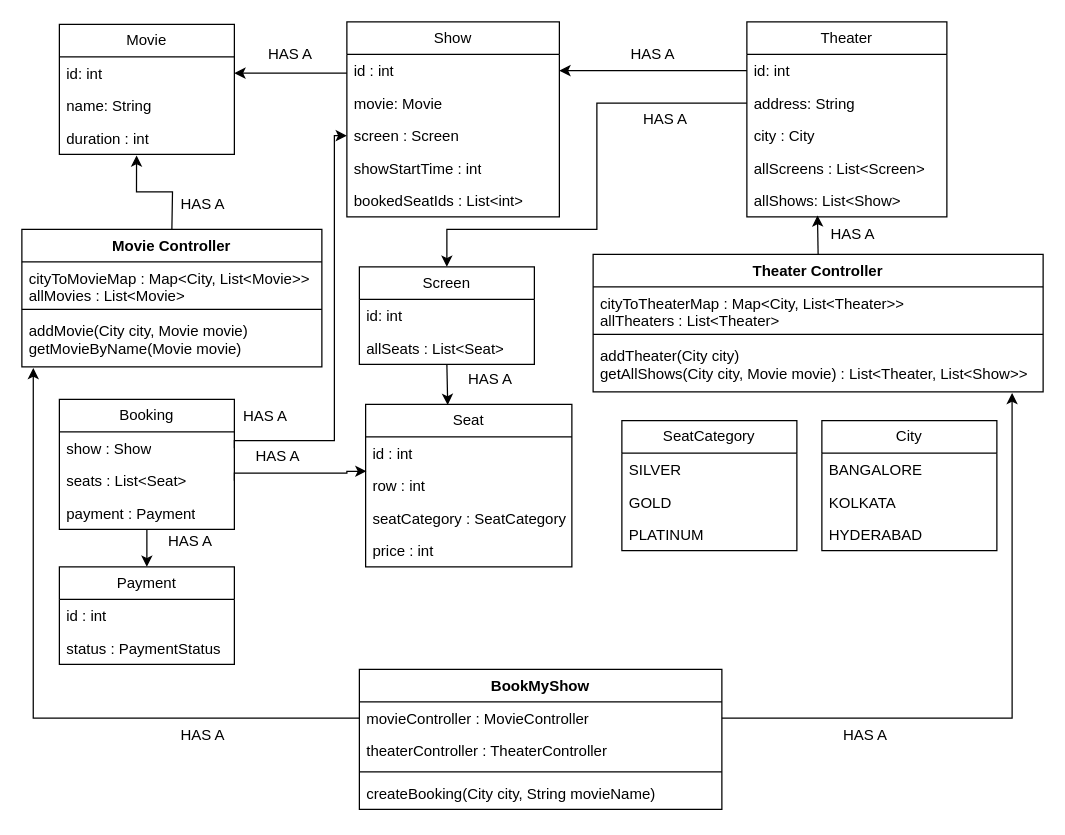
The draw.io diagram BookMyShow/UML.drawio in Sheersendu/LLD_CaseStudies, before the edit. Source tidied: cells renumbered, new cells numbered last; positions are measured from the earlier drawing's top-left corner, leaving out a move shared by most shapes. Both pictures are drawn from the tidied source at 125%, with x=0, y=0 at pixel (21, 21).
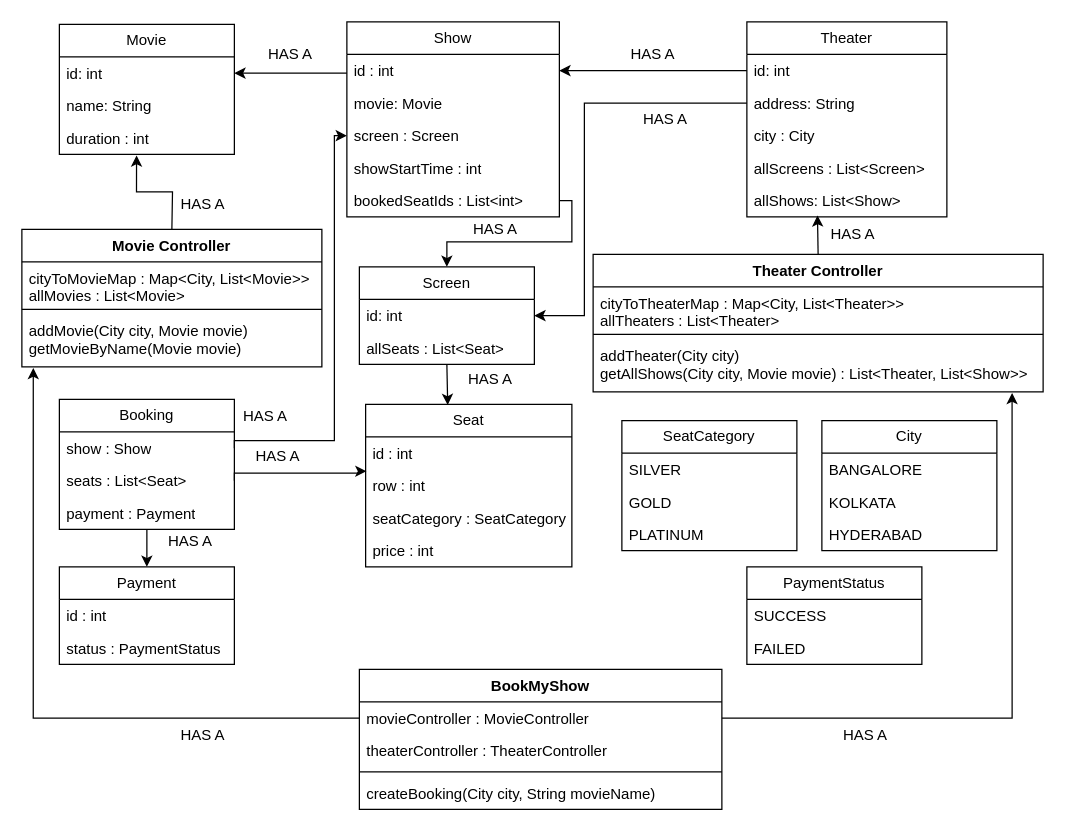
After the change.

Unchanged cells that the change refers to:
```xml
<mxCell id="14" value="address: String" style="text;strokeColor=none;fillColor=none;align=left;verticalAlign=top;spacingLeft=4;spacingRight=4;overflow=hidden;points=[[0,0.5],[1,0.5]];portConstraint=eastwest;whiteSpace=wrap;html=1;" parent="12" vertex="1">
  <mxGeometry y="52" width="160" height="26" as="geometry" />
</mxCell>
<mxCell id="18" value="Screen" style="swimlane;fontStyle=0;horizontal=1;startSize=26;fillColor=none;whiteSpace=wrap;html=1;" parent="1" vertex="1">
  <mxGeometry x="270" y="196" width="140" height="78" as="geometry" />
</mxCell>
<mxCell id="19" value="id: int" style="text;strokeColor=none;fillColor=none;align=left;verticalAlign=top;spacingLeft=4;spacingRight=4;overflow=hidden;points=[[0,0.5],[1,0.5]];portConstraint=eastwest;whiteSpace=wrap;html=1;" parent="18" vertex="1">
  <mxGeometry y="26" width="140" height="26" as="geometry" />
</mxCell>
<mxCell id="26" value="bookedSeatIds : List&amp;lt;int&amp;gt;" style="text;strokeColor=none;fillColor=none;align=left;verticalAlign=top;spacingLeft=4;spacingRight=4;overflow=hidden;points=[[0,0.5],[1,0.5]];portConstraint=eastwest;whiteSpace=wrap;html=1;" parent="21" vertex="1">
  <mxGeometry y="130" width="170" height="26" as="geometry" />
</mxCell>
<mxCell id="41" value="row : int" style="text;strokeColor=none;fillColor=none;align=left;verticalAlign=top;spacingLeft=4;spacingRight=4;overflow=hidden;points=[[0,0.5],[1,0.5]];portConstraint=eastwest;whiteSpace=wrap;html=1;" parent="39" vertex="1">
  <mxGeometry y="52" width="165" height="26" as="geometry" />
</mxCell>
<mxCell id="49" value="seats : List&amp;lt;Seat&amp;gt;" style="text;strokeColor=none;fillColor=none;align=left;verticalAlign=top;spacingLeft=4;spacingRight=4;overflow=hidden;points=[[0,0.5],[1,0.5]];portConstraint=eastwest;whiteSpace=wrap;html=1;" parent="47" vertex="1">
  <mxGeometry y="52" width="140" height="26" as="geometry" />
</mxCell>
```

What changed in the source:
```diff
@@
-    <mxCell id="31" style="edgeStyle=orthogonalEdgeStyle;rounded=0;jettySize=auto;html=1;exitX=0;exitY=0.5;exitDx=0;exitDy=0;entryX=0.5;entryY=0;entryDx=0;entryDy=0;" parent="1" edge="1" source="14" target="18">
+    <mxCell id="31" style="edgeStyle=orthogonalEdgeStyle;rounded=0;jettySize=auto;html=1;exitX=0;exitY=0.5;exitDx=0;exitDy=0;entryX=1;entryY=0.5;entryDx=0;entryDy=0;" parent="1" edge="1" source="14" target="19">
       <mxGeometry relative="1" as="geometry">
         <Array as="points">
-          <mxPoint x="460" y="65" />
-          <mxPoint x="460" y="166" />
-          <mxPoint x="340" y="166" />
+          <mxPoint x="450" y="65" />
+          <mxPoint x="450" y="235" />
         </Array>
       </mxGeometry>
     </mxCell>
@@
     <mxCell id="56" style="edgeStyle=orthogonalEdgeStyle;rounded=0;jettySize=auto;html=1;exitX=1;exitY=0.5;exitDx=0;exitDy=0;entryX=0.004;entryY=0.058;entryDx=0;entryDy=0;entryPerimeter=0;" parent="1" edge="1" source="49" target="41">
       <mxGeometry relative="1" as="geometry">
         <Array as="points">
-          <mxPoint x="260" y="361" />
-          <mxPoint x="260" y="360" />
+          <mxPoint x="170" y="361" />
+          <mxPoint x="270" y="361" />
+          <mxPoint x="270" y="360" />
         </Array>
       </mxGeometry>
     </mxCell>
@@
+    <mxCell id="76" style="edgeStyle=orthogonalEdgeStyle;rounded=0;jettySize=auto;html=1;exitX=1;exitY=0.5;exitDx=0;exitDy=0;entryX=0.5;entryY=0;entryDx=0;entryDy=0;" parent="1" edge="1" source="26" target="18">
+      <mxGeometry relative="1" as="geometry">
+        <Array as="points">
+          <mxPoint x="440" y="143" />
+          <mxPoint x="440" y="176" />
+          <mxPoint x="340" y="176" />
+        </Array>
+      </mxGeometry>
+    </mxCell>
+    <mxCell id="77" value="HAS A" style="text;html=1;strokeColor=none;fillColor=none;align=center;verticalAlign=middle;whiteSpace=wrap;rounded=0;" parent="1" vertex="1">
+      <mxGeometry x="354" y="156" width="50" height="20" as="geometry" />
+    </mxCell>
+    <mxCell id="78" value="PaymentStatus" style="swimlane;fontStyle=0;horizontal=1;startSize=26;fillColor=none;whiteSpace=wrap;html=1;" parent="1" vertex="1">
+      <mxGeometry x="580" y="436" width="140" height="78" as="geometry" />
+    </mxCell>
+    <mxCell id="79" value="SUCCESS" style="text;strokeColor=none;fillColor=none;align=left;verticalAlign=top;spacingLeft=4;spacingRight=4;overflow=hidden;whiteSpace=wrap;html=1;" parent="78" vertex="1">
+      <mxGeometry y="26" width="140" height="26" as="geometry" />
+    </mxCell>
+    <mxCell id="80" value="FAILED" style="text;strokeColor=none;fillColor=none;align=left;verticalAlign=top;spacingLeft=4;spacingRight=4;overflow=hidden;whiteSpace=wrap;html=1;" parent="78" vertex="1">
+      <mxGeometry y="52" width="140" height="26" as="geometry" />
+    </mxCell>
```
